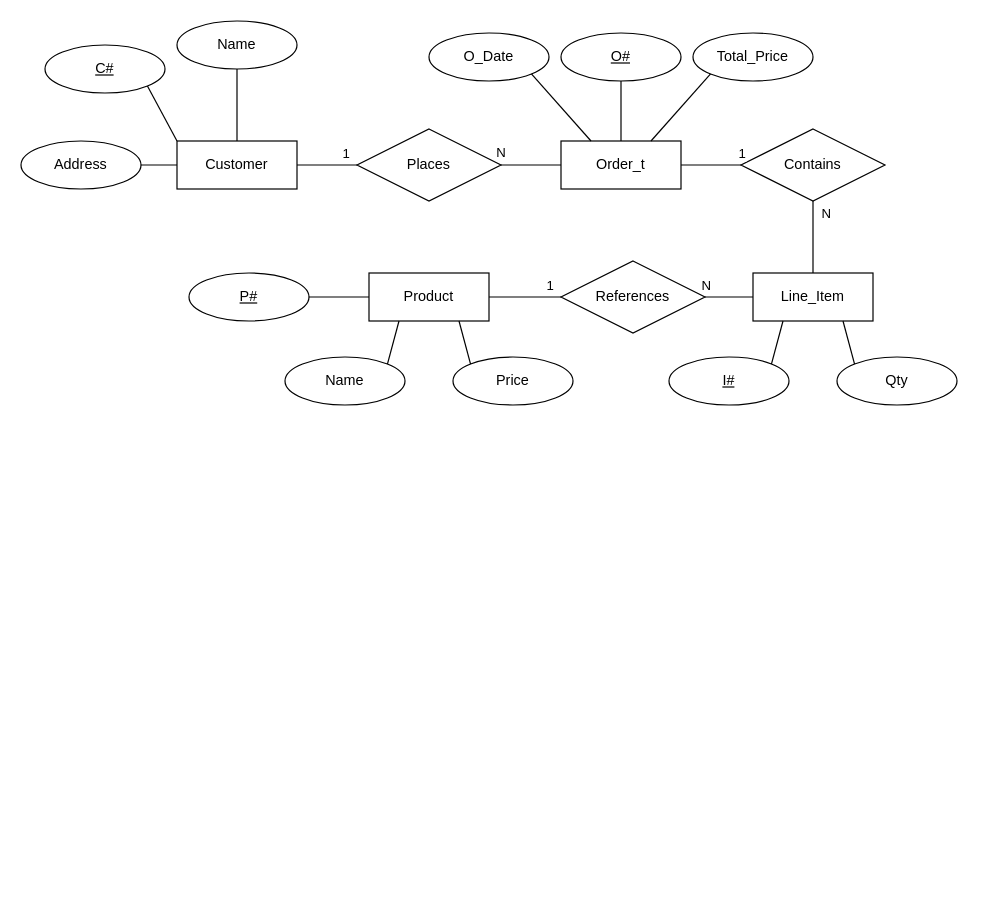
The draw.io diagram A1/Q1.drawio in NathanMacDiarmid/COMP4003, before the edit. Source tidied: cells renumbered, new cells numbered last; positions are measured from the earlier drawing's top-left corner, leaving out a move shared by most shapes. Both pictures are drawn from the tidied source at 120%, with x=0, y=0 at pixel (20, 20).
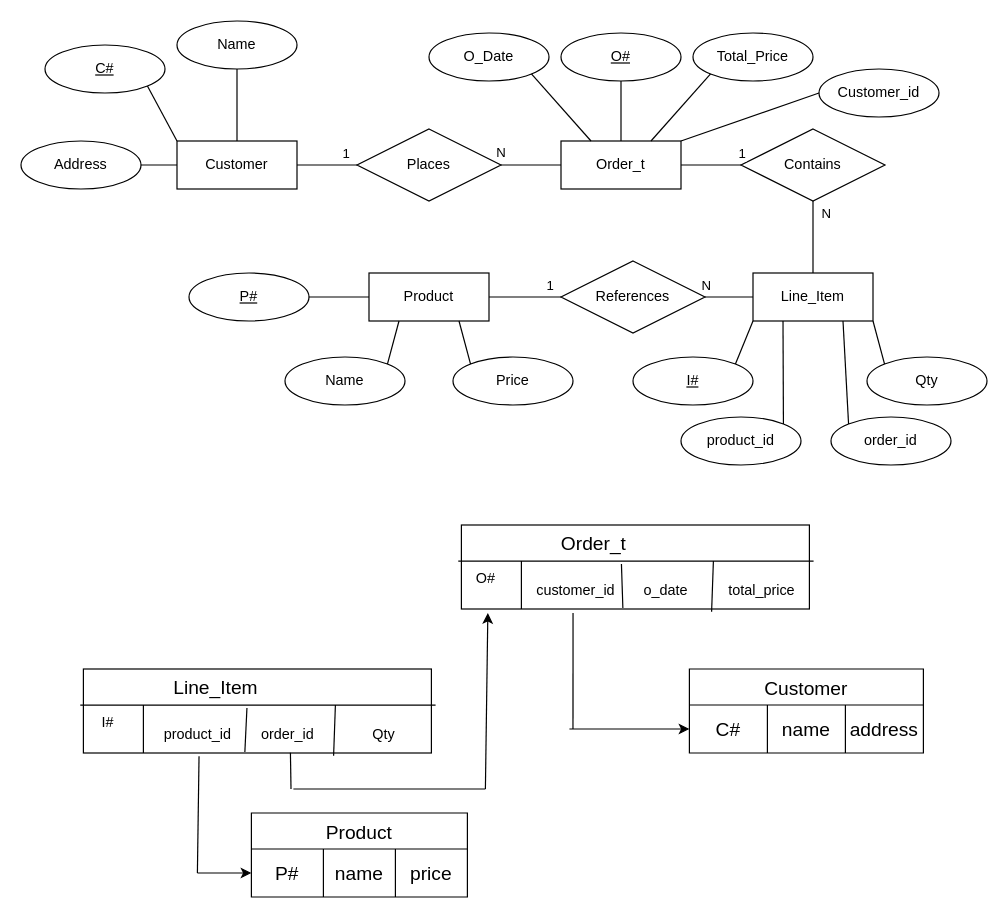
After the change.

Unchanged cells that the change refers to:
```xml
<mxCell id="3" value="Order_t" style="whiteSpace=wrap;html=1;align=center;" parent="1" vertex="1">
  <mxGeometry x="450" y="100" width="100" height="40" as="geometry" />
</mxCell>
<mxCell id="4" value="Line_Item" style="whiteSpace=wrap;html=1;align=center;" parent="1" vertex="1">
  <mxGeometry x="610" y="210" width="100" height="40" as="geometry" />
</mxCell>
```

What changed in the source:
```diff
@@
     <mxCell id="32" value="&lt;u&gt;I#&lt;/u&gt;" style="ellipse;whiteSpace=wrap;html=1;align=center;" parent="1" vertex="1">
-      <mxGeometry x="540" y="280" width="100" height="40" as="geometry" />
+      <mxGeometry x="510" y="280" width="100" height="40" as="geometry" />
     </mxCell>
     <mxCell id="33" value="Qty" style="ellipse;whiteSpace=wrap;html=1;align=center;" parent="1" vertex="1">
-      <mxGeometry x="680" y="280" width="100" height="40" as="geometry" />
+      <mxGeometry x="705" y="280" width="100" height="40" as="geometry" />
     </mxCell>
-    <mxCell id="34" style="endArrow=none;html=1;rounded=0;entryX=0.25;entryY=1;entryDx=0;entryDy=0;exitX=1;exitY=0;exitDx=0;exitDy=0;" parent="1" edge="1" source="32" target="4">
+    <mxCell id="34" style="endArrow=none;html=1;rounded=0;entryX=0;entryY=1;entryDx=0;entryDy=0;exitX=1;exitY=0;exitDx=0;exitDy=0;" parent="1" edge="1" source="32" target="4">
       <mxGeometry relative="1" as="geometry" />
     </mxCell>
-    <mxCell id="35" style="endArrow=none;html=1;rounded=0;entryX=0.75;entryY=1;entryDx=0;entryDy=0;exitX=0;exitY=0;exitDx=0;exitDy=0;" parent="1" edge="1" source="33" target="4">
+    <mxCell id="35" style="endArrow=none;html=1;rounded=0;entryX=1;entryY=1;entryDx=0;entryDy=0;exitX=0;exitY=0;exitDx=0;exitDy=0;" parent="1" edge="1" source="33" target="4">
       <mxGeometry relative="1" as="geometry" />
     </mxCell>
@@
+    <mxCell id="42" value="Customer_id" style="ellipse;whiteSpace=wrap;html=1;align=center;" parent="1" vertex="1">
+      <mxGeometry x="665" y="40" width="100" height="40" as="geometry" />
+    </mxCell>
+    <mxCell id="43" style="endArrow=none;html=1;rounded=0;entryX=0;entryY=0.5;entryDx=0;entryDy=0;exitX=1;exitY=0;exitDx=0;exitDy=0;" parent="1" edge="1" source="3" target="42">
+      <mxGeometry relative="1" as="geometry" />
+    </mxCell>
+    <mxCell id="44" value="order_id" style="ellipse;whiteSpace=wrap;html=1;align=center;" parent="1" vertex="1">
+      <mxGeometry x="675" y="330" width="100" height="40" as="geometry" />
+    </mxCell>
+    <mxCell id="45" value="product_id" style="ellipse;whiteSpace=wrap;html=1;align=center;" parent="1" vertex="1">
+      <mxGeometry x="550" y="330" width="100" height="40" as="geometry" />
+    </mxCell>
+    <mxCell id="46" style="endArrow=none;html=1;rounded=0;entryX=0.25;entryY=1;entryDx=0;entryDy=0;exitX=1;exitY=0;exitDx=0;exitDy=0;" parent="1" edge="1" source="45" target="4">
+      <mxGeometry relative="1" as="geometry" />
+    </mxCell>
+    <mxCell id="47" style="endArrow=none;html=1;rounded=0;entryX=0.75;entryY=1;entryDx=0;entryDy=0;exitX=0;exitY=0;exitDx=0;exitDy=0;" parent="1" edge="1" source="44" target="4">
+      <mxGeometry relative="1" as="geometry" />
+    </mxCell>
+    <mxCell id="48" value="Customer" style="shape=table;startSize=30;childLayout=tableLayout;strokeColor=default;fontSize=16;" parent="1" vertex="1">
+      <mxGeometry x="557" y="540" width="195" height="70" as="geometry" />
+    </mxCell>
+    <mxCell id="49" style="shape=tableRow;horizontal=0;startSize=0;swimlaneHead=0;swimlaneBody=0;strokeColor=inherit;top=0;left=0;bottom=0;right=0;fillColor=none;points=[[0,0.5],[1,0.5]];portConstraint=eastwest;fontSize=16;" parent="48" vertex="1">
+      <mxGeometry y="30" width="195" height="40" as="geometry" />
+    </mxCell>
+    <mxCell id="50" value="C#" style="shape=partialRectangle;html=1;whiteSpace=wrap;strokeColor=inherit;overflow=hidden;fillColor=none;top=0;left=0;bottom=0;right=0;fontSize=16;" parent="49" vertex="1">
+      <mxGeometry width="65" height="40" as="geometry" />
+    </mxCell>
+    <mxCell id="51" value="name" style="shape=partialRectangle;html=1;whiteSpace=wrap;strokeColor=inherit;overflow=hidden;fillColor=none;top=0;left=0;bottom=0;right=0;fontSize=16;" parent="49" vertex="1">
+      <mxGeometry x="65" width="65" height="40" as="geometry" />
+    </mxCell>
+    <mxCell id="52" value="address" style="shape=partialRectangle;html=1;whiteSpace=wrap;strokeColor=inherit;overflow=hidden;fillColor=none;top=0;left=0;bottom=0;right=0;fontSize=16;" parent="49" vertex="1">
+      <mxGeometry x="130" width="65" height="40" as="geometry" />
+    </mxCell>
+    <mxCell id="53" value="Product" style="shape=table;startSize=30;childLayout=tableLayout;strokeColor=default;fontSize=16;" parent="1" vertex="1">
+      <mxGeometry x="192" y="660" width="180" height="70" as="geometry" />
+    </mxCell>
+    <mxCell id="54" style="shape=tableRow;horizontal=0;startSize=0;swimlaneHead=0;swimlaneBody=0;strokeColor=inherit;top=0;left=0;bottom=0;right=0;fillColor=none;points=[[0,0.5],[1,0.5]];portConstraint=eastwest;fontSize=16;" parent="53" vertex="1">
+      <mxGeometry y="30" width="180" height="40" as="geometry" />
+    </mxCell>
+    <mxCell id="55" value="P#" style="shape=partialRectangle;html=1;whiteSpace=wrap;strokeColor=inherit;overflow=hidden;fillColor=none;top=0;left=0;bottom=0;right=0;fontSize=16;" parent="54" vertex="1">
+      <mxGeometry width="60" height="40" as="geometry" />
+    </mxCell>
+    <mxCell id="56" value="name" style="shape=partialRectangle;html=1;whiteSpace=wrap;strokeColor=inherit;overflow=hidden;fillColor=none;top=0;left=0;bottom=0;right=0;fontSize=16;" parent="54" vertex="1">
+      <mxGeometry x="60" width="60" height="40" as="geometry" />
+    </mxCell>
+    <mxCell id="57" value="price" style="shape=partialRectangle;html=1;whiteSpace=wrap;strokeColor=inherit;overflow=hidden;fillColor=none;top=0;left=0;bottom=0;right=0;fontSize=16;" parent="54" vertex="1">
+      <mxGeometry x="120" width="60" height="40" as="geometry" />
+    </mxCell>
+    <mxCell id="58" style="group;" parent="1" vertex="1">
+      <mxGeometry x="367" y="420" width="290" height="70" as="geometry" />
+    </mxCell>
+    <mxCell id="59" style="rounded=0;whiteSpace=wrap;html=1;" parent="58" vertex="1">
+      <mxGeometry width="290" height="70" as="geometry" />
+    </mxCell>
+    <mxCell id="60" style="endArrow=none;html=1;rounded=0;exitX=-0.009;exitY=0.429;exitDx=0;exitDy=0;exitPerimeter=0;entryX=1.012;entryY=0.429;entryDx=0;entryDy=0;entryPerimeter=0;" parent="58" edge="1" source="59" target="59">
+      <mxGeometry relative="1" as="geometry" />
+    </mxCell>
+    <mxCell id="61" style="endArrow=none;html=1;rounded=0;" parent="58" edge="1">
+      <mxGeometry relative="1" as="geometry">
+        <mxPoint x="50" y="70" as="sourcePoint" />
+        <mxPoint x="50" y="30" as="targetPoint" />
+      </mxGeometry>
+    </mxCell>
+    <mxCell id="62" style="endArrow=none;html=1;rounded=0;exitX=0.464;exitY=0.989;exitDx=0;exitDy=0;exitPerimeter=0;entryX=0.792;entryY=1.086;entryDx=0;entryDy=0;entryPerimeter=0;" parent="58" edge="1" source="59" target="64">
+      <mxGeometry relative="1" as="geometry" />
+    </mxCell>
+    <mxCell id="63" style="endArrow=none;html=1;rounded=0;exitX=0.719;exitY=1.032;exitDx=0;exitDy=0;exitPerimeter=0;" parent="58" edge="1" source="59">
+      <mxGeometry relative="1" as="geometry">
+        <mxPoint x="210" y="30" as="targetPoint" />
+      </mxGeometry>
+    </mxCell>
+    <mxCell id="64" value="&lt;font style=&quot;font-size: 16px;&quot;&gt;Order_t&lt;/font&gt;" style="text;html=1;align=center;verticalAlign=middle;points=[];strokeColor=none;fillColor=none;" parent="58" vertex="1">
+      <mxGeometry x="70" width="80" height="30" as="geometry" />
+    </mxCell>
+    <mxCell id="65" value="O#" style="text;html=1;align=center;verticalAlign=middle;strokeColor=none;fillColor=none;" parent="58" vertex="1">
+      <mxGeometry y="30" width="40" height="30" as="geometry" />
+    </mxCell>
+    <mxCell id="66" value="customer_id" style="text;html=1;align=center;verticalAlign=middle;points=[];strokeColor=none;fillColor=none;" parent="58" vertex="1">
+      <mxGeometry x="50" y="40" width="90" height="30" as="geometry" />
+    </mxCell>
+    <mxCell id="67" value="o_date" style="text;html=1;align=center;verticalAlign=middle;strokeColor=none;fillColor=none;" parent="58" vertex="1">
+      <mxGeometry x="140" y="40" width="60" height="30" as="geometry" />
+    </mxCell>
+    <mxCell id="68" value="total_price" style="text;html=1;align=center;verticalAlign=middle;strokeColor=none;fillColor=none;" parent="58" vertex="1">
+      <mxGeometry x="210" y="40" width="80" height="30" as="geometry" />
+    </mxCell>
+    <mxCell id="69" style="group;" parent="1" vertex="1">
+      <mxGeometry x="52" y="540" width="290" height="70" as="geometry" />
+    </mxCell>
+    <mxCell id="70" style="rounded=0;whiteSpace=wrap;html=1;" parent="69" vertex="1">
+      <mxGeometry width="290" height="70" as="geometry" />
+    </mxCell>
+    <mxCell id="71" style="endArrow=none;html=1;rounded=0;exitX=-0.009;exitY=0.429;exitDx=0;exitDy=0;exitPerimeter=0;entryX=1.012;entryY=0.429;entryDx=0;entryDy=0;entryPerimeter=0;" parent="69" edge="1" source="70" target="70">
+      <mxGeometry relative="1" as="geometry" />
+    </mxCell>
+    <mxCell id="72" style="endArrow=none;html=1;rounded=0;" parent="69" edge="1">
+      <mxGeometry relative="1" as="geometry">
+        <mxPoint x="50" y="70" as="sourcePoint" />
+        <mxPoint x="50" y="30" as="targetPoint" />
+      </mxGeometry>
+    </mxCell>
+    <mxCell id="73" style="endArrow=none;html=1;rounded=0;exitX=0.464;exitY=0.989;exitDx=0;exitDy=0;exitPerimeter=0;entryX=0.792;entryY=1.086;entryDx=0;entryDy=0;entryPerimeter=0;" parent="69" edge="1" source="70" target="75">
+      <mxGeometry relative="1" as="geometry" />
+    </mxCell>
+    <mxCell id="74" style="endArrow=none;html=1;rounded=0;exitX=0.719;exitY=1.032;exitDx=0;exitDy=0;exitPerimeter=0;" parent="69" edge="1" source="70">
+      <mxGeometry relative="1" as="geometry">
+        <mxPoint x="210" y="30" as="targetPoint" />
+      </mxGeometry>
+    </mxCell>
+    <mxCell id="75" value="&lt;font style=&quot;font-size: 16px;&quot;&gt;Line_Item&lt;/font&gt;" style="text;html=1;align=center;verticalAlign=middle;points=[];strokeColor=none;fillColor=none;" parent="69" vertex="1">
+      <mxGeometry x="65" width="90" height="30" as="geometry" />
+    </mxCell>
+    <mxCell id="76" value="I#" style="text;html=1;align=center;verticalAlign=middle;strokeColor=none;fillColor=none;" parent="69" vertex="1">
+      <mxGeometry x="5" y="30" width="30" height="30" as="geometry" />
+    </mxCell>
+    <mxCell id="77" value="product_id" style="text;html=1;align=center;verticalAlign=middle;points=[];strokeColor=none;fillColor=none;" parent="69" vertex="1">
+      <mxGeometry x="55" y="40" width="80" height="30" as="geometry" />
+    </mxCell>
+    <mxCell id="78" value="order_id" style="text;html=1;align=center;verticalAlign=middle;points=[];strokeColor=none;fillColor=none;" parent="69" vertex="1">
+      <mxGeometry x="135" y="40" width="70" height="30" as="geometry" />
+    </mxCell>
+    <mxCell id="79" value="Qty" style="text;html=1;align=center;verticalAlign=middle;strokeColor=none;fillColor=none;" parent="69" vertex="1">
+      <mxGeometry x="230" y="40" width="40" height="30" as="geometry" />
+    </mxCell>
+    <mxCell id="80" style="endArrow=classic;html=1;rounded=0;entryX=0;entryY=0.5;entryDx=0;entryDy=0;" parent="1" edge="1" target="54">
+      <mxGeometry relative="1" as="geometry">
+        <mxPoint x="147" y="710" as="sourcePoint" />
+      </mxGeometry>
+    </mxCell>
+    <mxCell id="81" style="endArrow=none;html=1;rounded=0;entryX=0.517;entryY=1.092;entryDx=0;entryDy=0;entryPerimeter=0;" parent="1" edge="1" target="77">
+      <mxGeometry relative="1" as="geometry">
+        <mxPoint x="147" y="710" as="sourcePoint" />
+      </mxGeometry>
+    </mxCell>
+    <mxCell id="82" style="endArrow=none;html=1;rounded=0;entryX=0.536;entryY=0.991;entryDx=0;entryDy=0;entryPerimeter=0;" parent="1" edge="1" target="78">
+      <mxGeometry relative="1" as="geometry">
+        <mxPoint x="225" y="640" as="sourcePoint" />
+      </mxGeometry>
+    </mxCell>
+    <mxCell id="83" style="endArrow=none;html=1;rounded=0;" parent="1" edge="1">
+      <mxGeometry relative="1" as="geometry">
+        <mxPoint x="387" y="640" as="sourcePoint" />
+        <mxPoint x="227" y="640" as="targetPoint" />
+      </mxGeometry>
+    </mxCell>
+    <mxCell id="84" style="endArrow=classic;html=1;rounded=0;entryX=0.076;entryY=1.048;entryDx=0;entryDy=0;entryPerimeter=0;" parent="1" edge="1" target="59">
+      <mxGeometry relative="1" as="geometry">
+        <mxPoint x="387" y="640" as="sourcePoint" />
+      </mxGeometry>
+    </mxCell>
+    <mxCell id="85" style="endArrow=none;html=1;rounded=0;exitX=0.478;exitY=1.112;exitDx=0;exitDy=0;exitPerimeter=0;" parent="1" edge="1" source="66">
+      <mxGeometry relative="1" as="geometry">
+        <mxPoint x="460" y="590" as="targetPoint" />
+      </mxGeometry>
+    </mxCell>
+    <mxCell id="86" style="endArrow=classic;html=1;rounded=0;entryX=0;entryY=0.5;entryDx=0;entryDy=0;" parent="1" edge="1" target="49">
+      <mxGeometry relative="1" as="geometry">
+        <mxPoint x="457" y="590" as="sourcePoint" />
+      </mxGeometry>
+    </mxCell>
```
